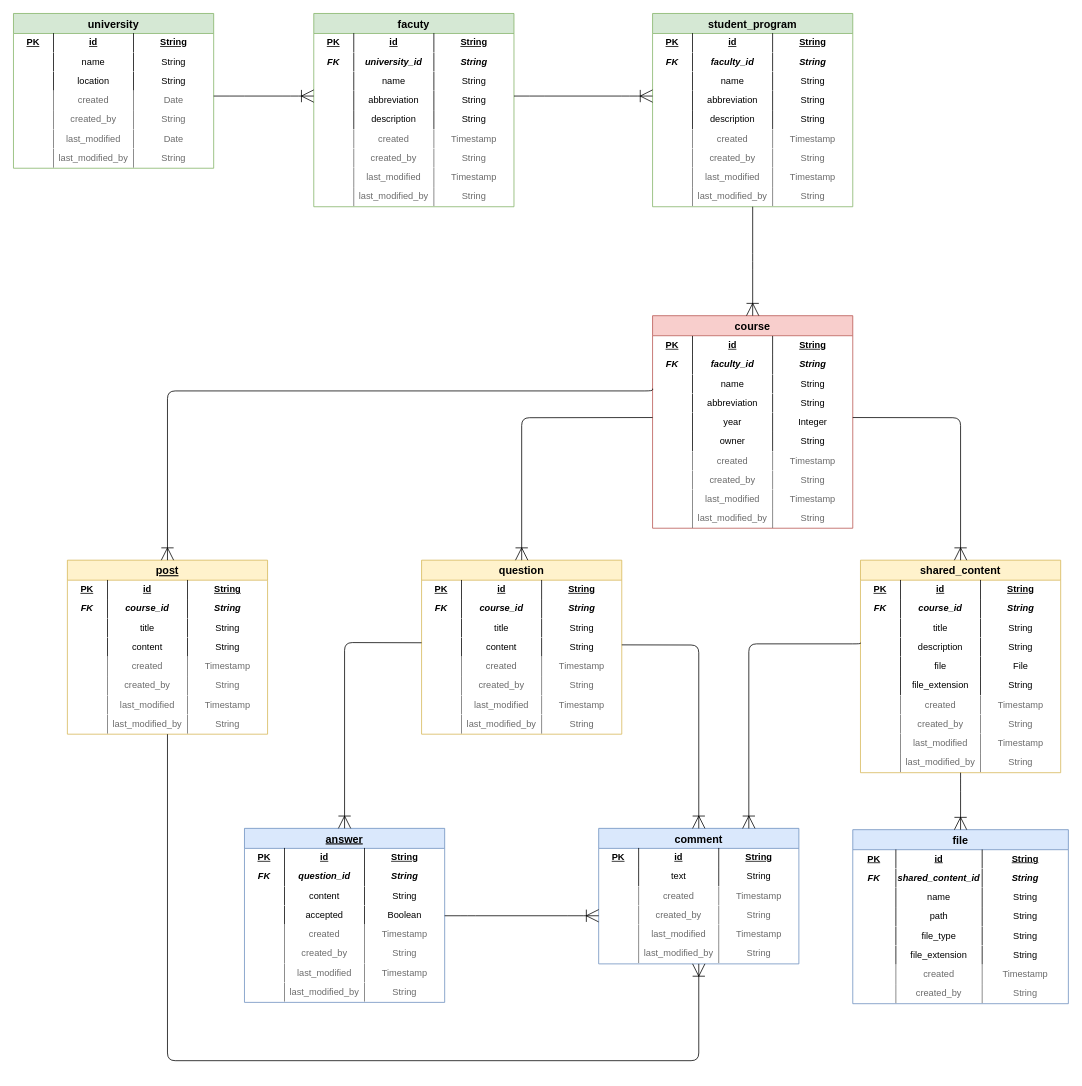
Before: res/drawio/fri-pointer-db.drawio in fri-pointer/docs, a draw.io diagram. Source tidied: cells renumbered, new cells numbered last; positions are measured from the earlier drawing's top-left corner, leaving out a move shared by most shapes. Both pictures are drawn from the tidied source at 77%, with x=0, y=0 at pixel (13, 13).
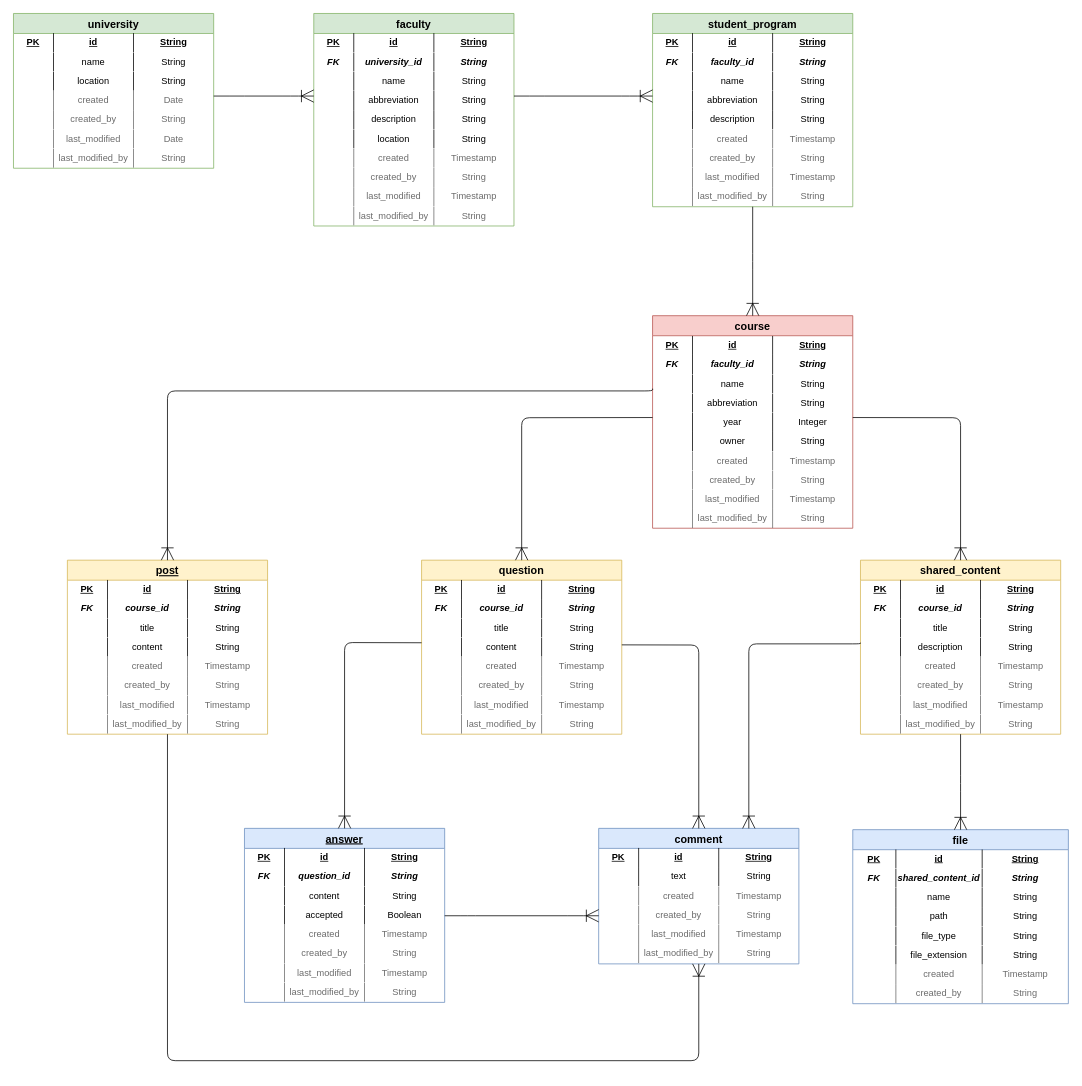
The same page after the edit.

Commit message (it also covers changes not shown here):
ER diagram improved

Unchanged cells that the change refers to:
```xml
<mxCell id="77" value="question" style="swimlane;fontStyle=1;horizontal=1;startSize=26;fillColor=#fff2cc;swimlaneFillColor=#ffffff;align=center;fontSize=14;rounded=0;shadow=0;glass=0;strokeWidth=1;strokeColor=#d6b656;" parent="1" vertex="1">
  <mxGeometry x="530" y="710" width="260" height="226" as="geometry" />
</mxCell>
```

Change to the diagram source:
```diff
@@
     <mxCell id="39" value="shared_content" style="swimlane;fontStyle=1;horizontal=1;startSize=26;fillColor=#fff2cc;swimlaneFillColor=#ffffff;align=center;fontSize=14;rounded=0;shadow=0;glass=0;strokeWidth=1;strokeColor=#d6b656;" parent="1" vertex="1">
-      <mxGeometry x="1100" y="710" width="260" height="276" as="geometry" />
+      <mxGeometry x="1100" y="710" width="260" height="226" as="geometry" />
     </mxCell>
@@
-    <mxCell id="44" value="&lt;table style=&quot;width: 100% ; height: 100% ; border-collapse: collapse&quot; width=&quot;100%&quot;&gt;&lt;tbody&gt;&lt;tr&gt;&lt;td width=&quot;20%&quot; align=&quot;center&quot;&gt;&lt;br&gt;&lt;/td&gt;&lt;td style=&quot;border-left: 1px solid ; border-right: 1px solid&quot; width=&quot;40%&quot; align=&quot;center&quot;&gt;file&lt;br&gt;&lt;/td&gt;&lt;td width=&quot;40%&quot; align=&quot;center&quot;&gt;File&lt;br&gt;&lt;/td&gt;&lt;/tr&gt;&lt;/tbody&gt;&lt;/table&gt;" style="text;html=1;strokeColor=none;fillColor=none;overflow=fill;rounded=0;shadow=0;glass=0;align=left;" parent="39" vertex="1">
-      <mxGeometry y="126" width="260" height="25" as="geometry" />
-    </mxCell>
-    <mxCell id="45" value="&lt;table style=&quot;width: 100% ; height: 100% ; border-collapse: collapse&quot; width=&quot;100%&quot;&gt;&lt;tbody&gt;&lt;tr&gt;&lt;td width=&quot;20%&quot; align=&quot;center&quot;&gt;&lt;br&gt;&lt;/td&gt;&lt;td style=&quot;border-left: 1px solid ; border-right: 1px solid&quot; width=&quot;40%&quot; align=&quot;center&quot;&gt;file_extension&lt;/td&gt;&lt;td width=&quot;40%&quot; align=&quot;center&quot;&gt;String&lt;br&gt;&lt;/td&gt;&lt;/tr&gt;&lt;/tbody&gt;&lt;/table&gt;" style="text;html=1;strokeColor=none;fillColor=none;overflow=fill;rounded=0;shadow=0;glass=0;align=left;" parent="39" vertex="1">
-      <mxGeometry y="151" width="260" height="25" as="geometry" />
-    </mxCell>
     <mxCell id="46" value="&lt;table style=&quot;width: 100% ; height: 100% ; border-collapse: collapse&quot; width=&quot;100%&quot;&gt;&lt;tbody&gt;&lt;tr&gt;&lt;td width=&quot;20%&quot; align=&quot;center&quot;&gt;&lt;br&gt;&lt;/td&gt;&lt;td style=&quot;border-left: 1px solid ; border-right: 1px solid&quot; width=&quot;40%&quot; align=&quot;center&quot;&gt;created&lt;br&gt;&lt;/td&gt;&lt;td width=&quot;40%&quot; align=&quot;center&quot;&gt;Timestamp&lt;br&gt;&lt;/td&gt;&lt;/tr&gt;&lt;/tbody&gt;&lt;/table&gt;" style="text;html=1;strokeColor=none;fillColor=none;overflow=fill;rounded=0;shadow=0;glass=0;align=left;fontColor=#6B6B6B;" parent="39" vertex="1">
-      <mxGeometry y="176" width="260" height="25" as="geometry" />
+      <mxGeometry y="126" width="260" height="25" as="geometry" />
     </mxCell>
     <mxCell id="47" value="&lt;table style=&quot;width: 100% ; height: 100% ; border-collapse: collapse&quot; width=&quot;100%&quot;&gt;&lt;tbody&gt;&lt;tr&gt;&lt;td width=&quot;20%&quot; align=&quot;center&quot;&gt;&lt;br&gt;&lt;/td&gt;&lt;td style=&quot;border-left: 1px solid ; border-right: 1px solid&quot; width=&quot;40%&quot; align=&quot;center&quot;&gt;created_by&lt;br&gt;&lt;/td&gt;&lt;td width=&quot;40%&quot; align=&quot;center&quot;&gt;String&lt;br&gt;&lt;/td&gt;&lt;/tr&gt;&lt;/tbody&gt;&lt;/table&gt;" style="text;html=1;strokeColor=none;fillColor=none;overflow=fill;rounded=0;shadow=0;glass=0;align=left;fontColor=#6B6B6B;" parent="39" vertex="1">
-      <mxGeometry y="201" width="260" height="25" as="geometry" />
+      <mxGeometry y="151" width="260" height="25" as="geometry" />
     </mxCell>
     <mxCell id="48" value="&lt;table style=&quot;width: 100% ; height: 100% ; border-collapse: collapse&quot; width=&quot;100%&quot;&gt;&lt;tbody&gt;&lt;tr&gt;&lt;td width=&quot;20%&quot; align=&quot;center&quot;&gt;&lt;br&gt;&lt;/td&gt;&lt;td style=&quot;border-left: 1px solid ; border-right: 1px solid&quot; width=&quot;40%&quot; align=&quot;center&quot;&gt;last_modified&lt;br&gt;&lt;/td&gt;&lt;td width=&quot;40%&quot; align=&quot;center&quot;&gt;Timestamp&lt;br&gt;&lt;/td&gt;&lt;/tr&gt;&lt;/tbody&gt;&lt;/table&gt;" style="text;html=1;strokeColor=none;fillColor=none;overflow=fill;rounded=0;shadow=0;glass=0;align=left;fontColor=#6B6B6B;" parent="39" vertex="1">
-      <mxGeometry y="226" width="260" height="25" as="geometry" />
+      <mxGeometry y="176" width="260" height="25" as="geometry" />
     </mxCell>
     <mxCell id="49" value="&lt;table style=&quot;width: 100% ; height: 100% ; border-collapse: collapse&quot; width=&quot;100%&quot;&gt;&lt;tbody&gt;&lt;tr&gt;&lt;td width=&quot;20%&quot; align=&quot;center&quot;&gt;&lt;br&gt;&lt;/td&gt;&lt;td style=&quot;border-left: 1px solid ; border-right: 1px solid&quot; width=&quot;40%&quot; align=&quot;center&quot;&gt;last_modified_by&lt;/td&gt;&lt;td width=&quot;40%&quot; align=&quot;center&quot;&gt;String&lt;br&gt;&lt;/td&gt;&lt;/tr&gt;&lt;/tbody&gt;&lt;/table&gt;" style="text;html=1;strokeColor=none;fillColor=none;overflow=fill;rounded=0;shadow=0;glass=0;align=left;fontColor=#6B6B6B;" parent="39" vertex="1">
-      <mxGeometry y="251" width="260" height="25" as="geometry" />
+      <mxGeometry y="201" width="260" height="25" as="geometry" />
     </mxCell>
-    <mxCell id="50" value="facuty" style="swimlane;fontStyle=1;horizontal=1;startSize=26;fillColor=#d5e8d4;swimlaneFillColor=#ffffff;align=center;fontSize=14;rounded=0;shadow=0;glass=0;strokeWidth=1;strokeColor=#82b366;" parent="1" vertex="1">
-      <mxGeometry x="390" width="260" height="251" as="geometry" />
+    <mxCell id="50" value="faculty" style="swimlane;fontStyle=1;horizontal=1;startSize=26;fillColor=#d5e8d4;swimlaneFillColor=#ffffff;align=center;fontSize=14;rounded=0;shadow=0;glass=0;strokeWidth=1;strokeColor=#82b366;" parent="1" vertex="1">
+      <mxGeometry x="390" width="260" height="276" as="geometry" />
     </mxCell>
@@
+    <mxCell id="107" value="&lt;table style=&quot;width: 100% ; height: 100% ; border-collapse: collapse&quot; width=&quot;100%&quot;&gt;&lt;tbody&gt;&lt;tr&gt;&lt;td width=&quot;20%&quot; align=&quot;center&quot;&gt;&lt;/td&gt;&lt;td style=&quot;border-left: 1px solid ; border-right: 1px solid&quot; width=&quot;40%&quot; align=&quot;center&quot;&gt;location&lt;/td&gt;&lt;td width=&quot;40%&quot; align=&quot;center&quot;&gt;&lt;span&gt;String&lt;/span&gt;&lt;br&gt;&lt;/td&gt;&lt;/tr&gt;&lt;/tbody&gt;&lt;/table&gt;" style="text;html=1;strokeColor=none;fillColor=none;overflow=fill;rounded=0;shadow=0;glass=0;align=left;fontStyle=0;" parent="50" vertex="1">
+      <mxGeometry y="151" width="260" height="25" as="geometry" />
+    </mxCell>
     <mxCell id="56" value="&lt;table style=&quot;width: 100% ; height: 100% ; border-collapse: collapse&quot; width=&quot;100%&quot;&gt;&lt;tbody&gt;&lt;tr&gt;&lt;td width=&quot;20%&quot; align=&quot;center&quot;&gt;&lt;br&gt;&lt;/td&gt;&lt;td style=&quot;border-left: 1px solid ; border-right: 1px solid&quot; width=&quot;40%&quot; align=&quot;center&quot;&gt;created&lt;br&gt;&lt;/td&gt;&lt;td width=&quot;40%&quot; align=&quot;center&quot;&gt;Timestamp&lt;br&gt;&lt;/td&gt;&lt;/tr&gt;&lt;/tbody&gt;&lt;/table&gt;" style="text;html=1;overflow=fill;rounded=0;shadow=0;glass=0;align=left;fontColor=#6B6B6B;" parent="50" vertex="1">
-      <mxGeometry y="151" width="260" height="25" as="geometry" />
+      <mxGeometry y="176" width="260" height="25" as="geometry" />
     </mxCell>
     <mxCell id="57" value="&lt;table style=&quot;width: 100% ; height: 100% ; border-collapse: collapse&quot; width=&quot;100%&quot;&gt;&lt;tbody&gt;&lt;tr&gt;&lt;td width=&quot;20%&quot; align=&quot;center&quot;&gt;&lt;br&gt;&lt;/td&gt;&lt;td style=&quot;border-left: 1px solid ; border-right: 1px solid&quot; width=&quot;40%&quot; align=&quot;center&quot;&gt;created_by&lt;br&gt;&lt;/td&gt;&lt;td width=&quot;40%&quot; align=&quot;center&quot;&gt;String&lt;br&gt;&lt;/td&gt;&lt;/tr&gt;&lt;/tbody&gt;&lt;/table&gt;" style="text;html=1;overflow=fill;rounded=0;shadow=0;glass=0;align=left;fontColor=#6B6B6B;" parent="50" vertex="1">
-      <mxGeometry y="176" width="260" height="25" as="geometry" />
+      <mxGeometry y="201" width="260" height="25" as="geometry" />
     </mxCell>
     <mxCell id="58" value="&lt;table style=&quot;width: 100% ; height: 100% ; border-collapse: collapse&quot; width=&quot;100%&quot;&gt;&lt;tbody&gt;&lt;tr&gt;&lt;td width=&quot;20%&quot; align=&quot;center&quot;&gt;&lt;br&gt;&lt;/td&gt;&lt;td style=&quot;border-left: 1px solid ; border-right: 1px solid&quot; width=&quot;40%&quot; align=&quot;center&quot;&gt;last_modified&lt;br&gt;&lt;/td&gt;&lt;td width=&quot;40%&quot; align=&quot;center&quot;&gt;Timestamp&lt;br&gt;&lt;/td&gt;&lt;/tr&gt;&lt;/tbody&gt;&lt;/table&gt;" style="text;html=1;overflow=fill;rounded=0;shadow=0;glass=0;align=left;fontColor=#6B6B6B;" parent="50" vertex="1">
-      <mxGeometry y="201" width="260" height="25" as="geometry" />
+      <mxGeometry y="226" width="260" height="25" as="geometry" />
     </mxCell>
     <mxCell id="59" value="&lt;table style=&quot;width: 100% ; height: 100% ; border-collapse: collapse&quot; width=&quot;100%&quot;&gt;&lt;tbody&gt;&lt;tr&gt;&lt;td width=&quot;20%&quot; align=&quot;center&quot;&gt;&lt;br&gt;&lt;/td&gt;&lt;td style=&quot;border-left: 1px solid ; border-right: 1px solid&quot; width=&quot;40%&quot; align=&quot;center&quot;&gt;last_modified_by&lt;/td&gt;&lt;td width=&quot;40%&quot; align=&quot;center&quot;&gt;String&lt;br&gt;&lt;/td&gt;&lt;/tr&gt;&lt;/tbody&gt;&lt;/table&gt;" style="text;html=1;overflow=fill;rounded=0;shadow=0;glass=0;align=left;fontColor=#6B6B6B;" parent="50" vertex="1">
-      <mxGeometry y="226" width="260" height="25" as="geometry" />
+      <mxGeometry y="251" width="260" height="25" as="geometry" />
     </mxCell>
@@
-    <mxCell id="81" value="&lt;table style=&quot;width: 100% ; height: 100% ; border-collapse: collapse&quot; width=&quot;100%&quot;&gt;&lt;tbody&gt;&lt;tr&gt;&lt;td width=&quot;20%&quot; align=&quot;center&quot;&gt;&lt;br&gt;&lt;/td&gt;&lt;td style=&quot;border-left: 1px solid ; border-right: 1px solid&quot; width=&quot;40%&quot; align=&quot;center&quot;&gt;content&lt;/td&gt;&lt;td width=&quot;40%&quot; align=&quot;center&quot;&gt;String&lt;br&gt;&lt;/td&gt;&lt;/tr&gt;&lt;/tbody&gt;&lt;/table&gt;" style="text;html=1;strokeColor=none;fillColor=none;overflow=fill;rounded=0;shadow=0;glass=0;align=left;" parent="77" vertex="1">
+    <mxCell id="81" value="&lt;table style=&quot;width: 100% ; height: 100% ; border-collapse: collapse&quot; width=&quot;100%&quot;&gt;&lt;tbody&gt;&lt;tr&gt;&lt;td width=&quot;20%&quot; align=&quot;center&quot;&gt;&lt;br&gt;&lt;/td&gt;&lt;td style=&quot;border-left: 1px solid ; border-right: 1px solid&quot; width=&quot;40%&quot; align=&quot;center&quot;&gt;content&lt;/td&gt;&lt;td width=&quot;40%&quot; align=&quot;center&quot;&gt;String&lt;/td&gt;&lt;/tr&gt;&lt;/tbody&gt;&lt;/table&gt;" style="text;html=1;strokeColor=none;fillColor=none;overflow=fill;rounded=0;shadow=0;glass=0;align=left;" parent="77" vertex="1">
       <mxGeometry y="101" width="260" height="25" as="geometry" />
     </mxCell>
```
